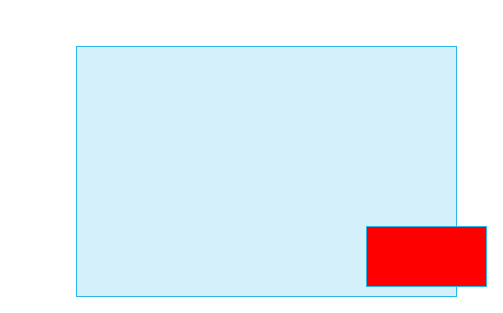
Above: MASTER.drawio in phil-curran/images (draw.io), before the change. Source tidied: cells renumbered, new cells numbered last; positions are measured from the earlier drawing's top-left corner, leaving out a move shared by most shapes. Both pictures are drawn from the tidied source at 100%, with x=0, y=0 at pixel (76, 46).
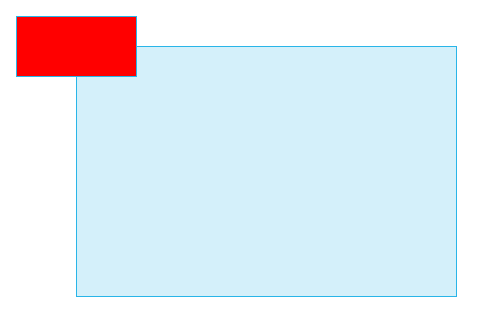
The same page after the edit.

Change to the diagram source:
```diff
@@
 <mxGraphModel>
   <root>
     <mxCell id="0" />
     <mxCell id="1" parent="0" />
-    <mxCell id="2" style="rounded=0;whiteSpace=wrap;html=1;strokeColor=#29B5E8;strokeWidth=1;fontFamily=Arial;fontSize=12;fontColor=#11567F;fillColor=light-dark(#D4F0FA,#A47CDD);" parent="1" vertex="1">
+    <mxCell id="2" style="rounded=0;whiteSpace=wrap;html=1;strokeColor=#29B5E8;strokeWidth=1;fontFamily=Arial;fontSize=12;fontColor=#11567F;fillColor=#D4F0FA;" parent="1" vertex="1">
       <mxGeometry width="380" height="250" as="geometry" />
     </mxCell>
     <mxCell id="3" style="rounded=0;whiteSpace=wrap;html=1;strokeColor=#29B5E8;strokeWidth=1;fontFamily=Arial;fontSize=12;fontColor=#11567F;fillColor=#FF0000;" parent="1" vertex="1">
-      <mxGeometry x="290" y="180" width="120" height="60" as="geometry" />
+      <mxGeometry x="-60" y="-30" width="120" height="60" as="geometry" />
     </mxCell>
   </root>
 </mxGraphModel>
```
